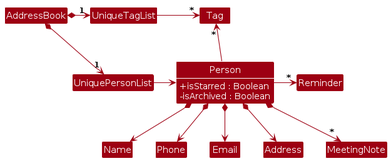
Earlier version of the PlantUML export diagrams/BetterModelClassDiagram.png (AY2526S1-CS2103T-F09-1/tp). Its source is kept beside it as diagrams/BetterModelClassDiagram.puml.
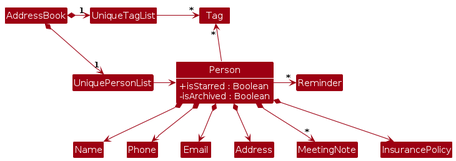
Above is the later version.

The edit, as a diff of the source:
```diff
@@ -31,5 +31,6 @@
 Person *--> Email
 Person *--> Address
 Person *--> "*" MeetingNote
+Person *--> InsurancePolicy
 Person -right> "*" Reminder
 @enduml
```
